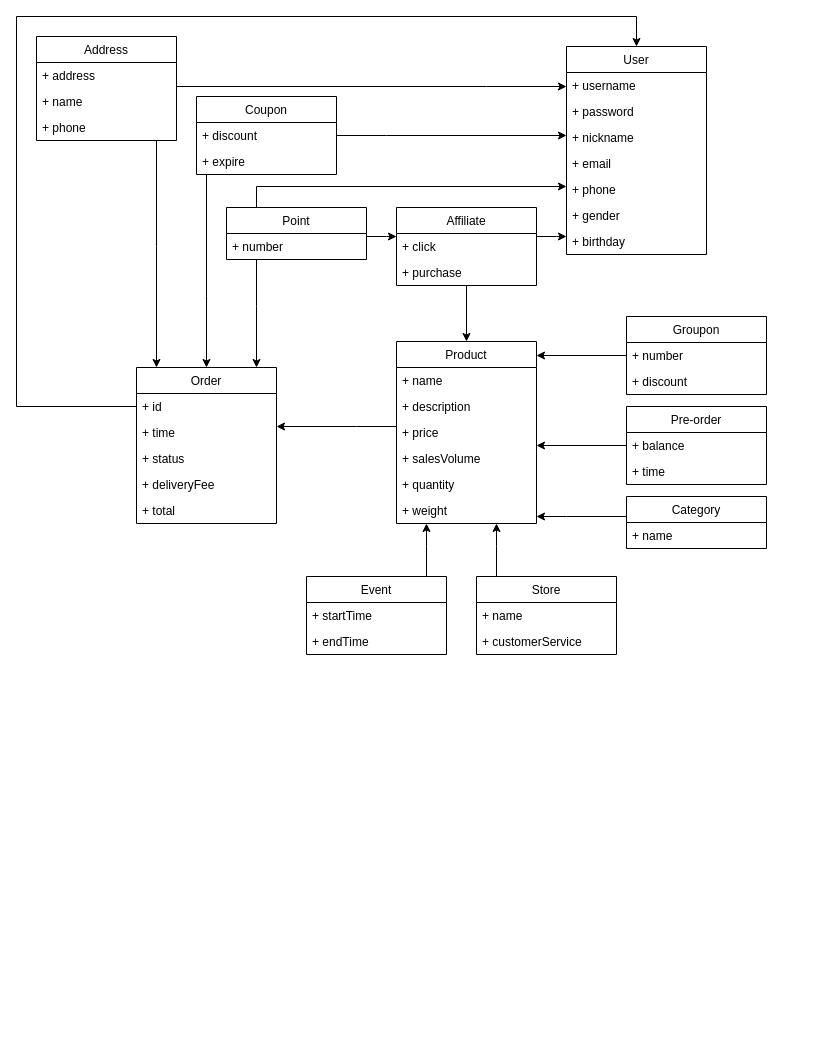
This is mall.drawio from jrsmith12138/diagrams, a draw.io file, before an edit. Source tidied: cells renumbered, new cells numbered last; positions are measured from the earlier drawing's top-left corner, leaving out a move shared by most shapes. Both pictures are drawn from the tidied source at 100%, with x=0, y=0 at pixel (16, 16).
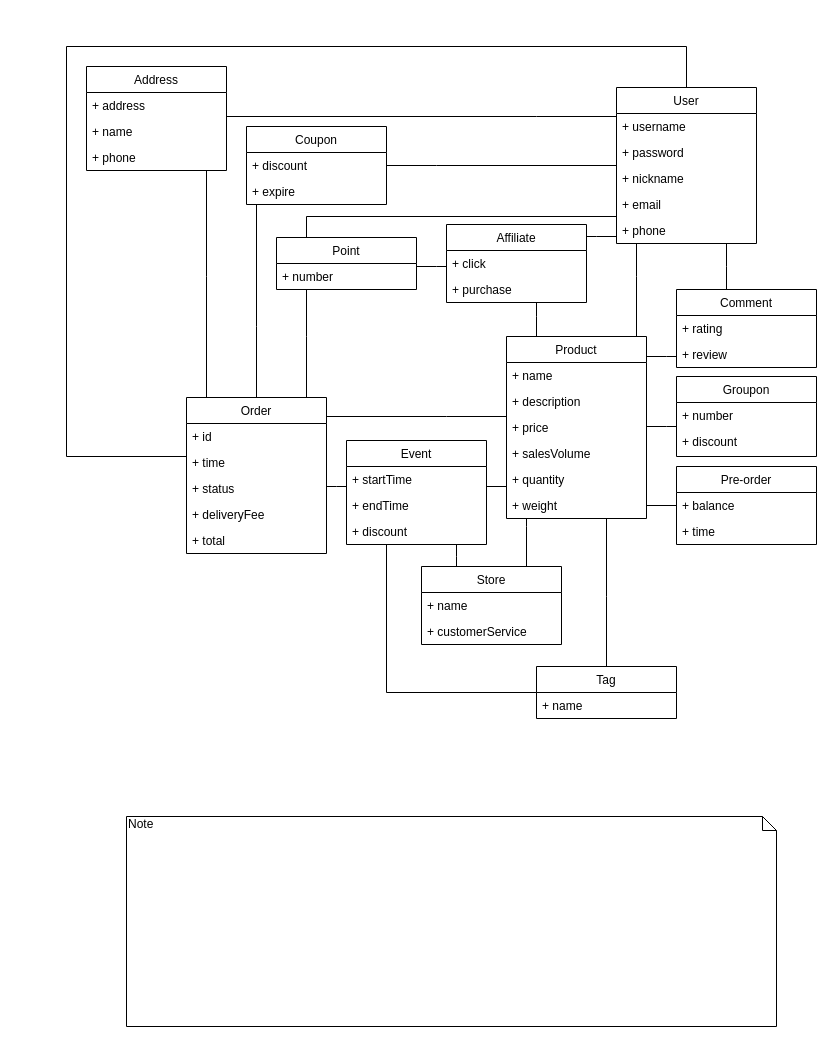
After the change.

The edit, as a diff of the source:
```diff
@@
-    <mxCell id="2" style="edgeStyle=orthogonalEdgeStyle;rounded=0;jettySize=auto;html=1;" parent="1" edge="1" source="29" target="16">
+    <mxCell id="2" style="edgeStyle=orthogonalEdgeStyle;rounded=0;jettySize=auto;html=1;endArrow=none;endFill=0;" parent="1" edge="1" source="29" target="16">
       <mxGeometry relative="1" as="geometry">
         <Array as="points">
-          <mxPoint x="470" y="70" />
-          <mxPoint x="470" y="70" />
+          <mxPoint x="520" y="100" />
+          <mxPoint x="520" y="100" />
         </Array>
       </mxGeometry>
     </mxCell>
-    <mxCell id="3" style="edgeStyle=orthogonalEdgeStyle;rounded=0;jettySize=auto;html=1;" parent="1" edge="1" source="26" target="16">
+    <mxCell id="3" style="edgeStyle=orthogonalEdgeStyle;rounded=0;jettySize=auto;html=1;endArrow=none;endFill=0;" parent="1" edge="1" source="26" target="16">
       <mxGeometry relative="1" as="geometry">
         <Array as="points">
-          <mxPoint x="370" y="119" />
-          <mxPoint x="370" y="119" />
+          <mxPoint x="420" y="149" />
+          <mxPoint x="420" y="149" />
         </Array>
       </mxGeometry>
     </mxCell>
-    <mxCell id="4" style="edgeStyle=orthogonalEdgeStyle;rounded=0;jettySize=auto;html=1;" parent="1" edge="1" source="39" target="16">
+    <mxCell id="4" style="edgeStyle=orthogonalEdgeStyle;rounded=0;jettySize=auto;html=1;endArrow=none;endFill=0;" parent="1" edge="1" source="39" target="16">
       <mxGeometry relative="1" as="geometry">
         <Array as="points">
-          <mxPoint x="540" y="220" />
-          <mxPoint x="540" y="220" />
+          <mxPoint x="580" y="220" />
+          <mxPoint x="580" y="220" />
         </Array>
       </mxGeometry>
     </mxCell>
-    <mxCell id="5" style="edgeStyle=orthogonalEdgeStyle;rounded=0;jettySize=auto;html=1;" parent="1" edge="1" source="62" target="44">
+    <mxCell id="5" style="edgeStyle=orthogonalEdgeStyle;rounded=0;jettySize=auto;html=1;endArrow=none;endFill=0;" parent="1" edge="1" source="62" target="44">
       <mxGeometry relative="1" as="geometry">
         <Array as="points">
-          <mxPoint x="480" y="530" />
-          <mxPoint x="480" y="530" />
+          <mxPoint x="510" y="510" />
+          <mxPoint x="510" y="510" />
         </Array>
       </mxGeometry>
     </mxCell>
-    <mxCell id="6" style="edgeStyle=orthogonalEdgeStyle;rounded=0;jettySize=auto;html=1;" parent="1" edge="1" source="57" target="44">
+    <mxCell id="6" style="edgeStyle=orthogonalEdgeStyle;rounded=0;jettySize=auto;html=1;endArrow=none;endFill=0;" parent="1" edge="1" source="57" target="44">
       <mxGeometry relative="1" as="geometry">
         <Array as="points">
-          <mxPoint x="550" y="500" />
-          <mxPoint x="550" y="500" />
+          <mxPoint x="590" y="580" />
+          <mxPoint x="590" y="580" />
         </Array>
       </mxGeometry>
     </mxCell>
-    <mxCell id="7" style="edgeStyle=orthogonalEdgeStyle;rounded=0;jettySize=auto;html=1;" parent="1" edge="1" source="44" target="33">
+    <mxCell id="7" style="edgeStyle=orthogonalEdgeStyle;rounded=0;jettySize=auto;html=1;endArrow=none;endFill=0;" parent="1" edge="1" source="44" target="33">
       <mxGeometry relative="1" as="geometry">
         <Array as="points">
-          <mxPoint x="340" y="410" />
-          <mxPoint x="340" y="410" />
+          <mxPoint x="430" y="400" />
+          <mxPoint x="430" y="400" />
         </Array>
       </mxGeometry>
     </mxCell>
-    <mxCell id="8" style="edgeStyle=orthogonalEdgeStyle;rounded=0;jettySize=auto;html=1;" parent="1" edge="1" source="33" target="16">
+    <mxCell id="8" style="edgeStyle=orthogonalEdgeStyle;rounded=0;jettySize=auto;html=1;endArrow=none;endFill=0;" parent="1" edge="1" source="33" target="16">
       <mxGeometry relative="1" as="geometry">
         <Array as="points">
-          <mxPoint y="390" />
-          <mxPoint />
-          <mxPoint x="620" />
+          <mxPoint x="50" y="440" />
+          <mxPoint x="50" y="30" />
+          <mxPoint x="670" y="30" />
         </Array>
       </mxGeometry>
     </mxCell>
-    <mxCell id="9" style="edgeStyle=orthogonalEdgeStyle;rounded=0;jettySize=auto;html=1;" parent="1" edge="1" source="26" target="33">
+    <mxCell id="9" style="edgeStyle=orthogonalEdgeStyle;rounded=0;jettySize=auto;html=1;endArrow=none;endFill=0;" parent="1" edge="1" source="26" target="33">
       <mxGeometry relative="1" as="geometry">
         <Array as="points">
-          <mxPoint x="190" y="280" />
-          <mxPoint x="190" y="280" />
+          <mxPoint x="240" y="310" />
+          <mxPoint x="240" y="310" />
         </Array>
       </mxGeometry>
     </mxCell>
-    <mxCell id="10" style="edgeStyle=orthogonalEdgeStyle;rounded=0;jettySize=auto;html=1;" parent="1" edge="1" source="54" target="44">
+    <mxCell id="10" style="edgeStyle=orthogonalEdgeStyle;rounded=0;jettySize=auto;html=1;endArrow=none;endFill=0;" parent="1" edge="1" source="54" target="44">
       <mxGeometry relative="1" as="geometry">
         <Array as="points">
-          <mxPoint x="690" y="416" />
-          <mxPoint x="690" y="416" />
+          <mxPoint x="630" y="480" />
+          <mxPoint x="630" y="480" />
         </Array>
       </mxGeometry>
     </mxCell>
-    <mxCell id="11" style="edgeStyle=orthogonalEdgeStyle;rounded=0;jettySize=auto;html=1;" parent="1" edge="1" source="51" target="44">
+    <mxCell id="11" style="edgeStyle=orthogonalEdgeStyle;rounded=0;jettySize=auto;html=1;endArrow=none;endFill=0;" parent="1" edge="1" source="51" target="44">
       <mxGeometry relative="1" as="geometry">
         <Array as="points">
-          <mxPoint x="650" y="350" />
-          <mxPoint x="650" y="350" />
+          <mxPoint x="650" y="410" />
+          <mxPoint x="650" y="410" />
         </Array>
       </mxGeometry>
     </mxCell>
-    <mxCell id="12" style="edgeStyle=orthogonalEdgeStyle;rounded=0;jettySize=auto;html=1;" parent="1" edge="1" source="29" target="33">
+    <mxCell id="12" style="edgeStyle=orthogonalEdgeStyle;rounded=0;jettySize=auto;html=1;endArrow=none;endFill=0;" parent="1" edge="1" source="29" target="33">
       <mxGeometry relative="1" as="geometry">
         <Array as="points">
-          <mxPoint x="140" y="230" />
-          <mxPoint x="140" y="230" />
+          <mxPoint x="190" y="260" />
+          <mxPoint x="190" y="260" />
         </Array>
       </mxGeometry>
     </mxCell>
-    <mxCell id="13" style="edgeStyle=orthogonalEdgeStyle;rounded=0;jettySize=auto;html=1;" parent="1" edge="1" source="39" target="44">
+    <mxCell id="13" style="edgeStyle=orthogonalEdgeStyle;rounded=0;jettySize=auto;html=1;endArrow=none;endFill=0;" parent="1" edge="1" source="39" target="44">
       <mxGeometry relative="1" as="geometry">
         <Array as="points">
-          <mxPoint x="450" y="359" />
-          <mxPoint x="450" y="359" />
+          <mxPoint x="520" y="300" />
+          <mxPoint x="520" y="300" />
         </Array>
       </mxGeometry>
     </mxCell>
-    <mxCell id="14" style="edgeStyle=orthogonalEdgeStyle;rounded=0;jettySize=auto;html=1;" parent="1" edge="1" source="42" target="33">
+    <mxCell id="14" style="edgeStyle=orthogonalEdgeStyle;rounded=0;jettySize=auto;html=1;endArrow=none;endFill=0;" parent="1" edge="1" source="42" target="33">
       <mxGeometry relative="1" as="geometry">
         <Array as="points">
-          <mxPoint x="240" y="290" />
-          <mxPoint x="240" y="290" />
+          <mxPoint x="290" y="320" />
+          <mxPoint x="290" y="320" />
         </Array>
       </mxGeometry>
     </mxCell>
-    <mxCell id="15" style="edgeStyle=orthogonalEdgeStyle;rounded=0;jettySize=auto;html=1;" parent="1" edge="1" source="59" target="44">
-      <mxGeometry relative="1" as="geometry">
-        <Array as="points">
-          <mxPoint x="410" y="530" />
-          <mxPoint x="410" y="530" />
-        </Array>
-      </mxGeometry>
-    </mxCell>
-    <mxCell id="16" value="User" style="swimlane;fontStyle=0;horizontal=1;startSize=26;fillColor=none;" parent="1" vertex="1">
-      <mxGeometry x="550" y="30" width="140" height="208" as="geometry" />
-    </mxCell>
-    <mxCell id="17" value="+ username" style="text;strokeColor=none;fillColor=none;align=left;verticalAlign=top;spacingLeft=4;spacingRight=4;overflow=hidden;" parent="16" vertex="1">
-      <mxGeometry y="26" width="140" height="26" as="geometry" />
-    </mxCell>
-    <mxCell id="18" value="+ password" style="text;strokeColor=none;fillColor=none;align=left;verticalAlign=top;spacingLeft=4;spacingRight=4;overflow=hidden;" parent="16" vertex="1">
-      <mxGeometry y="52" width="140" height="26" as="geometry" />
-    </mxCell>
-    <mxCell id="19" value="+ nickname" style="text;strokeColor=none;fillColor=none;align=left;verticalAlign=top;spacingLeft=4;spacingRight=4;overflow=hidden;" parent="16" vertex="1">
-      <mxGeometry y="78" width="140" height="26" as="geometry" />
-    </mxCell>
-    <mxCell id="20" value="+ email" style="text;strokeColor=none;fillColor=none;align=left;verticalAlign=top;spacingLeft=4;spacingRight=4;overflow=hidden;" parent="16" vertex="1">
-      <mxGeometry y="104" width="140" height="26" as="geometry" />
-    </mxCell>
-    <mxCell id="21" value="+ phone" style="text;strokeColor=none;fillColor=none;align=left;verticalAlign=top;spacingLeft=4;spacingRight=4;overflow=hidden;" parent="16" vertex="1">
-      <mxGeometry y="130" width="140" height="26" as="geometry" />
-    </mxCell>
-    <mxCell id="22" value="+ gender" style="text;strokeColor=none;fillColor=none;align=left;verticalAlign=top;spacingLeft=4;spacingRight=4;overflow=hidden;" parent="16" vertex="1">
-      <mxGeometry y="156" width="140" height="26" as="geometry" />
-    </mxCell>
-    <mxCell id="23" value="+ birthday" style="text;strokeColor=none;fillColor=none;align=left;verticalAlign=top;spacingLeft=4;spacingRight=4;overflow=hidden;" parent="16" vertex="1">
-      <mxGeometry y="182" width="140" height="26" as="geometry" />
-    </mxCell>
+    <mxCell id="65" style="edgeStyle=orthogonalEdgeStyle;rounded=0;jettySize=auto;html=1;endArrow=none;endFill=0;" parent="1" edge="1" source="16" target="44">
+      <mxGeometry relative="1" as="geometry">
+        <Array as="points">
+          <mxPoint x="620" y="260" />
+          <mxPoint x="620" y="260" />
+        </Array>
+      </mxGeometry>
+    </mxCell>
-    <mxCell id="24" style="edgeStyle=orthogonalEdgeStyle;rounded=0;jettySize=auto;html=1;" parent="1" edge="1" source="42" target="39">
+    <mxCell id="24" style="edgeStyle=orthogonalEdgeStyle;rounded=0;jettySize=auto;html=1;endArrow=none;endFill=0;" parent="1" edge="1" source="42" target="39">
       <mxGeometry relative="1" as="geometry">
         <Array as="points">
-          <mxPoint x="370" y="220" />
-          <mxPoint x="370" y="220" />
+          <mxPoint x="420" y="250" />
+          <mxPoint x="420" y="250" />
         </Array>
       </mxGeometry>
     </mxCell>
-    <mxCell id="25" style="edgeStyle=orthogonalEdgeStyle;rounded=0;jettySize=auto;html=1;" parent="1" edge="1" source="42" target="16">
+    <mxCell id="25" style="edgeStyle=orthogonalEdgeStyle;rounded=0;jettySize=auto;html=1;endArrow=none;endFill=0;" parent="1" edge="1" source="42" target="16">
       <mxGeometry relative="1" as="geometry">
         <Array as="points">
-          <mxPoint x="240" y="170" />
+          <mxPoint x="290" y="200" />
         </Array>
       </mxGeometry>
     </mxCell>
+    <mxCell id="66" style="edgeStyle=orthogonalEdgeStyle;rounded=0;jettySize=auto;html=1;endArrow=none;endFill=0;" parent="1" edge="1" source="59" target="57">
+      <mxGeometry relative="1" as="geometry">
+        <Array as="points">
+          <mxPoint x="370" y="676" />
+        </Array>
+      </mxGeometry>
+    </mxCell>
+    <mxCell id="67" style="edgeStyle=orthogonalEdgeStyle;rounded=0;jettySize=auto;html=1;endArrow=none;endFill=0;" parent="1" edge="1" source="59" target="33">
+      <mxGeometry relative="1" as="geometry">
+        <Array as="points">
+          <mxPoint x="320" y="470" />
+          <mxPoint x="320" y="470" />
+        </Array>
+      </mxGeometry>
+    </mxCell>
+    <mxCell id="68" style="edgeStyle=orthogonalEdgeStyle;rounded=0;jettySize=auto;html=1;endArrow=none;endFill=0;" parent="1" edge="1" source="59" target="62">
+      <mxGeometry relative="1" as="geometry">
+        <Array as="points">
+          <mxPoint x="440" y="540" />
+          <mxPoint x="440" y="540" />
+        </Array>
+      </mxGeometry>
+    </mxCell>
+    <mxCell id="69" style="edgeStyle=orthogonalEdgeStyle;rounded=0;jettySize=auto;html=1;endArrow=none;endFill=0;" parent="1" edge="1" source="72" target="16">
+      <mxGeometry relative="1" as="geometry">
+        <Array as="points">
+          <mxPoint x="710" y="250" />
+          <mxPoint x="710" y="250" />
+        </Array>
+      </mxGeometry>
+    </mxCell>
+    <mxCell id="70" style="edgeStyle=orthogonalEdgeStyle;rounded=0;jettySize=auto;html=1;endArrow=none;endFill=0;" parent="1" edge="1" source="72" target="44">
+      <mxGeometry relative="1" as="geometry">
+        <Array as="points">
+          <mxPoint x="650" y="340" />
+          <mxPoint x="650" y="340" />
+        </Array>
+      </mxGeometry>
+    </mxCell>
+    <mxCell id="71" style="edgeStyle=orthogonalEdgeStyle;rounded=0;jettySize=auto;html=1;endArrow=none;endFill=0;" parent="1" edge="1" source="59">
+      <mxGeometry relative="1" as="geometry">
+        <mxPoint x="490" y="470" as="targetPoint" />
+        <Array as="points">
+          <mxPoint x="490" y="470" />
+        </Array>
+      </mxGeometry>
+    </mxCell>
     <mxCell id="26" value="Coupon" style="swimlane;fontStyle=0;horizontal=1;startSize=26;fillColor=none;" parent="1" vertex="1">
-      <mxGeometry x="180" y="80" width="140" height="78" as="geometry" />
+      <mxGeometry x="230" y="110" width="140" height="78" as="geometry" />
     </mxCell>
@@
     <mxCell id="29" value="Address" style="swimlane;fontStyle=0;horizontal=1;startSize=26;fillColor=none;" parent="1" vertex="1">
-      <mxGeometry x="20" y="20" width="140" height="104" as="geometry" />
+      <mxGeometry x="70" y="50" width="140" height="104" as="geometry" />
     </mxCell>
@@
     <mxCell id="33" value="Order" style="swimlane;fontStyle=0;horizontal=1;startSize=26;fillColor=none;" parent="1" vertex="1">
-      <mxGeometry x="120" y="351" width="140" height="156" as="geometry" />
+      <mxGeometry x="170" y="381" width="140" height="156" as="geometry" />
     </mxCell>
@@
+    <mxCell id="42" value="Point" style="swimlane;fontStyle=0;horizontal=1;startSize=26;fillColor=none;" parent="1" vertex="1">
+      <mxGeometry x="260" y="221" width="140" height="52" as="geometry" />
+    </mxCell>
+    <mxCell id="43" value="+ number" style="text;strokeColor=none;fillColor=none;align=left;verticalAlign=top;spacingLeft=4;spacingRight=4;overflow=hidden;" parent="42" vertex="1">
+      <mxGeometry y="26" width="140" height="26" as="geometry" />
+    </mxCell>
+    <mxCell id="16" value="User" style="swimlane;fontStyle=0;horizontal=1;startSize=26;fillColor=none;" parent="1" vertex="1">
+      <mxGeometry x="600" y="71" width="140" height="156" as="geometry" />
+    </mxCell>
+    <mxCell id="17" value="+ username" style="text;strokeColor=none;fillColor=none;align=left;verticalAlign=top;spacingLeft=4;spacingRight=4;overflow=hidden;" parent="16" vertex="1">
+      <mxGeometry y="26" width="140" height="26" as="geometry" />
+    </mxCell>
+    <mxCell id="18" value="+ password" style="text;strokeColor=none;fillColor=none;align=left;verticalAlign=top;spacingLeft=4;spacingRight=4;overflow=hidden;" parent="16" vertex="1">
+      <mxGeometry y="52" width="140" height="26" as="geometry" />
+    </mxCell>
+    <mxCell id="19" value="+ nickname" style="text;strokeColor=none;fillColor=none;align=left;verticalAlign=top;spacingLeft=4;spacingRight=4;overflow=hidden;" parent="16" vertex="1">
+      <mxGeometry y="78" width="140" height="26" as="geometry" />
+    </mxCell>
+    <mxCell id="20" value="+ email" style="text;strokeColor=none;fillColor=none;align=left;verticalAlign=top;spacingLeft=4;spacingRight=4;overflow=hidden;" parent="16" vertex="1">
+      <mxGeometry y="104" width="140" height="26" as="geometry" />
+    </mxCell>
+    <mxCell id="21" value="+ phone" style="text;strokeColor=none;fillColor=none;align=left;verticalAlign=top;spacingLeft=4;spacingRight=4;overflow=hidden;" parent="16" vertex="1">
+      <mxGeometry y="130" width="140" height="26" as="geometry" />
+    </mxCell>
     <mxCell id="39" value="Affiliate" style="swimlane;fontStyle=0;horizontal=1;startSize=26;fillColor=none;" parent="1" vertex="1">
-      <mxGeometry x="380" y="191" width="140" height="78" as="geometry" />
+      <mxGeometry x="430" y="208" width="140" height="78" as="geometry" />
     </mxCell>
@@
-    <mxCell id="42" value="Point" style="swimlane;fontStyle=0;horizontal=1;startSize=26;fillColor=none;" parent="1" vertex="1">
-      <mxGeometry x="210" y="191" width="140" height="52" as="geometry" />
-    </mxCell>
-    <mxCell id="43" value="+ number" style="text;strokeColor=none;fillColor=none;align=left;verticalAlign=top;spacingLeft=4;spacingRight=4;overflow=hidden;" parent="42" vertex="1">
-      <mxGeometry y="26" width="140" height="26" as="geometry" />
-    </mxCell>
     <mxCell id="44" value="Product" style="swimlane;fontStyle=0;horizontal=1;startSize=26;fillColor=none;" parent="1" vertex="1">
-      <mxGeometry x="380" y="325" width="140" height="182" as="geometry" />
+      <mxGeometry x="490" y="320" width="140" height="182" as="geometry" />
     </mxCell>
@@
+    <mxCell id="72" value="Comment" style="swimlane;fontStyle=0;horizontal=1;startSize=26;fillColor=none;" parent="1" vertex="1">
+      <mxGeometry x="660" y="273" width="140" height="78" as="geometry" />
+    </mxCell>
+    <mxCell id="73" value="+ rating" style="text;strokeColor=none;fillColor=none;align=left;verticalAlign=top;spacingLeft=4;spacingRight=4;overflow=hidden;" parent="72" vertex="1">
+      <mxGeometry y="26" width="140" height="26" as="geometry" />
+    </mxCell>
+    <mxCell id="74" value="+ review" style="text;strokeColor=none;fillColor=none;align=left;verticalAlign=top;spacingLeft=4;spacingRight=4;overflow=hidden;" parent="72" vertex="1">
+      <mxGeometry y="52" width="140" height="26" as="geometry" />
+    </mxCell>
     <mxCell id="51" value="Groupon" style="swimlane;fontStyle=0;horizontal=1;startSize=26;fillColor=none;" parent="1" vertex="1">
-      <mxGeometry x="610" y="300" width="140" height="78" as="geometry" />
+      <mxGeometry x="660" y="360" width="140" height="80" as="geometry" />
     </mxCell>
@@
     <mxCell id="53" value="+ discount" style="text;strokeColor=none;fillColor=none;align=left;verticalAlign=top;spacingLeft=4;spacingRight=4;overflow=hidden;" parent="51" vertex="1">
-      <mxGeometry y="52" width="140" height="26" as="geometry" />
+      <mxGeometry y="52" width="140" height="28" as="geometry" />
     </mxCell>
     <mxCell id="54" value="Pre-order" style="swimlane;fontStyle=0;horizontal=1;startSize=26;fillColor=none;" parent="1" vertex="1">
-      <mxGeometry x="610" y="390" width="140" height="78" as="geometry" />
+      <mxGeometry x="660" y="450" width="140" height="78" as="geometry" />
     </mxCell>
@@
-    <mxCell id="57" value="Category" style="swimlane;fontStyle=0;horizontal=1;startSize=26;fillColor=none;" parent="1" vertex="1">
-      <mxGeometry x="610" y="480" width="140" height="52" as="geometry" />
-    </mxCell>
-    <mxCell id="58" value="+ name" style="text;strokeColor=none;fillColor=none;align=left;verticalAlign=top;spacingLeft=4;spacingRight=4;overflow=hidden;" parent="57" vertex="1">
-      <mxGeometry y="26" width="140" height="26" as="geometry" />
-    </mxCell>
     <mxCell id="59" value="Event" style="swimlane;fontStyle=0;horizontal=1;startSize=26;fillColor=none;" parent="1" vertex="1">
-      <mxGeometry x="290" y="560" width="140" height="78" as="geometry" />
+      <mxGeometry x="330" y="424" width="140" height="104" as="geometry" />
     </mxCell>
@@
+    <mxCell id="75" value="+ discount" style="text;strokeColor=none;fillColor=none;align=left;verticalAlign=top;spacingLeft=4;spacingRight=4;overflow=hidden;" parent="59" vertex="1">
+      <mxGeometry y="78" width="140" height="26" as="geometry" />
+    </mxCell>
+    <mxCell id="57" value="Tag" style="swimlane;fontStyle=0;horizontal=1;startSize=26;fillColor=none;" parent="1" vertex="1">
+      <mxGeometry x="520" y="650" width="140" height="52" as="geometry" />
+    </mxCell>
+    <mxCell id="58" value="+ name" style="text;strokeColor=none;fillColor=none;align=left;verticalAlign=top;spacingLeft=4;spacingRight=4;overflow=hidden;" parent="57" vertex="1">
+      <mxGeometry y="26" width="140" height="26" as="geometry" />
+    </mxCell>
     <mxCell id="62" value="Store" style="swimlane;fontStyle=0;horizontal=1;startSize=26;fillColor=none;" parent="1" vertex="1">
-      <mxGeometry x="460" y="560" width="140" height="78" as="geometry" />
+      <mxGeometry x="405" y="550" width="140" height="78" as="geometry" />
     </mxCell>
@@
+    <mxCell id="76" value="Note" style="shape=note;whiteSpace=wrap;html=1;size=14;verticalAlign=top;align=left;spacingTop=-6;" parent="1" vertex="1">
+      <mxGeometry x="110" y="800" width="650" height="210" as="geometry" />
+    </mxCell>
```
